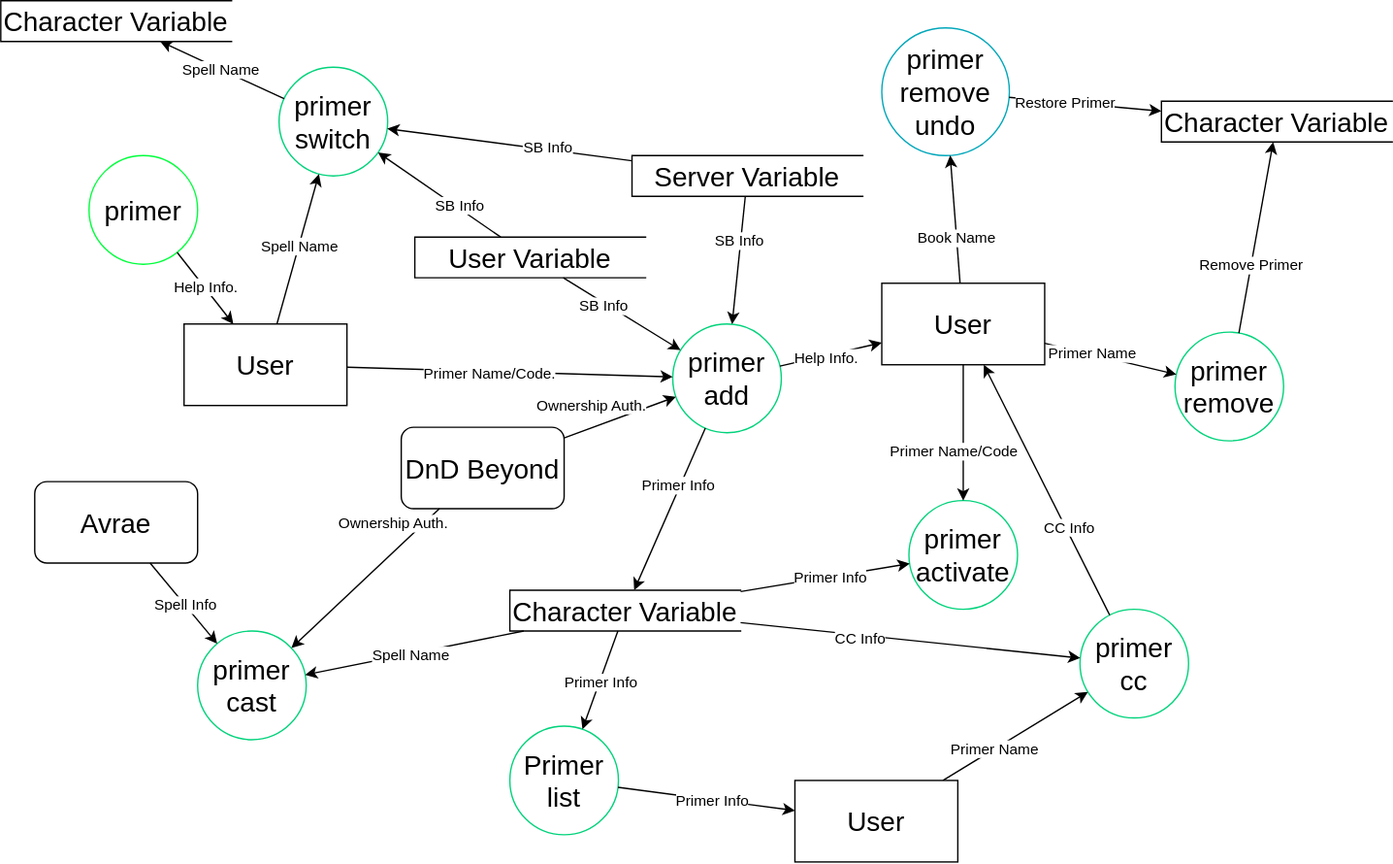
Earlier version of the draw.io export Design/primer_DFD.svg (SethHartman13/Magic-Book-Library). Source tidied: cells renumbered, new cells last; positions are measured from the earlier drawing's top-left corner, leaving out a move shared by most shapes.
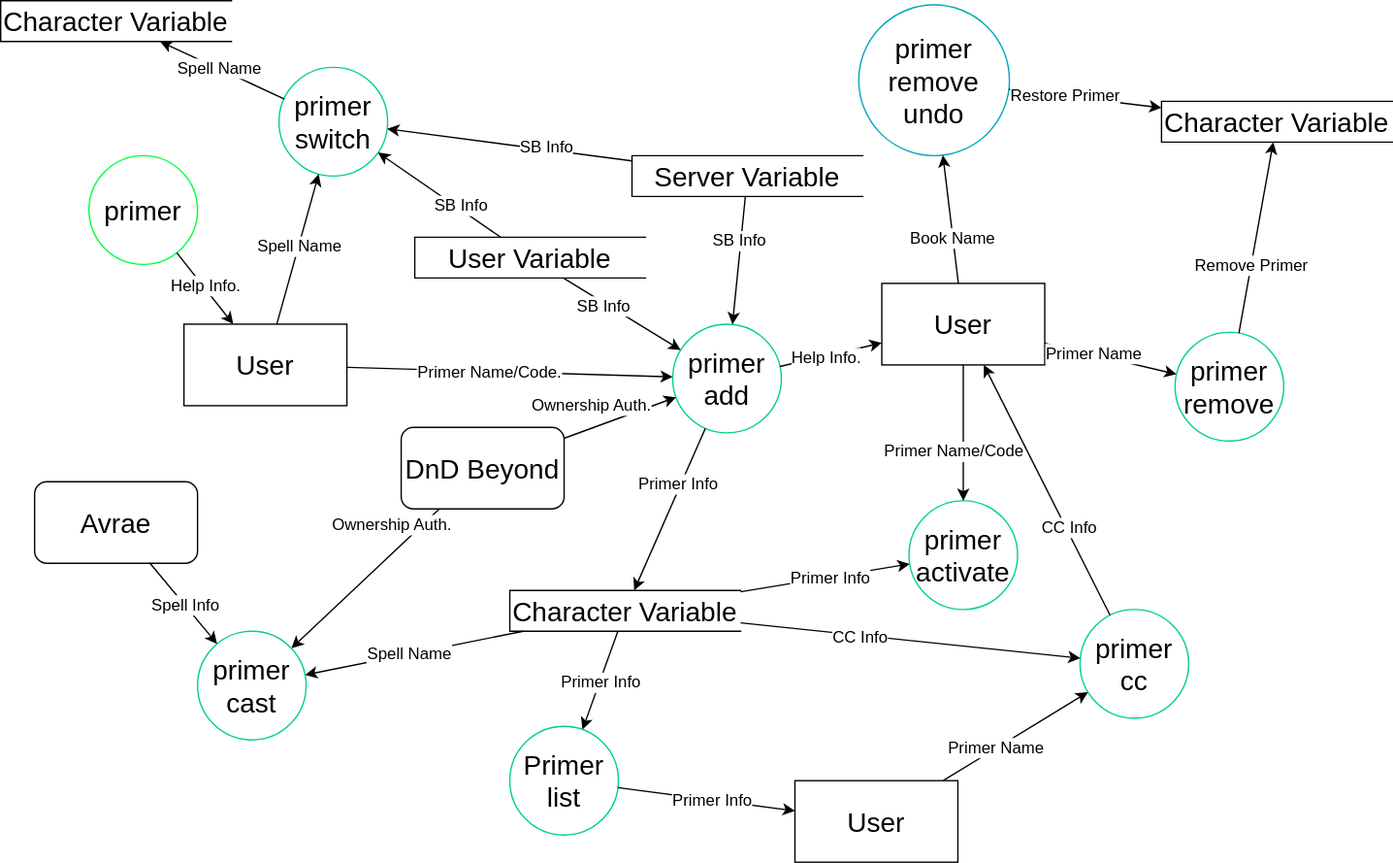
After the commit.

The edit, as a diff of the source:
```diff
@@ -17,7 +17,7 @@
     <mxCell id="6" style="endArrow=classic;html=1;rounded=0;noEdgeStyle=1;" parent="1" edge="1" source="5" target="54">
       <mxGeometry relative="1" as="geometry" />
     </mxCell>
-    <mxCell id="7" value="Help Info." style="edgeLabel;html=1;align=center;verticalAlign=middle;" parent="6" vertex="1">
+    <mxCell id="7" value="Help Info." style="edgeLabel;html=1;align=center;verticalAlign=middle;fontSize=12;" parent="6" vertex="1">
       <mxGeometry x="-0.05" y="1" relative="1" as="geometry" />
     </mxCell>
     <mxCell id="8" value="&lt;font style=&quot;font-size: 20px;&quot;&gt;primer add&lt;/font&gt;" style="ellipse;whiteSpace=wrap;html=1;strokeColor=#00D37B;" parent="1" vertex="1">
@@ -26,13 +26,13 @@
     <mxCell id="9" style="endArrow=classic;html=1;rounded=0;noEdgeStyle=1;" parent="1" edge="1" source="8" target="2">
       <mxGeometry relative="1" as="geometry" />
     </mxCell>
-    <mxCell id="10" value="Help Info." style="edgeLabel;html=1;align=center;verticalAlign=middle;" parent="9" vertex="1">
+    <mxCell id="10" value="Help Info." style="edgeLabel;html=1;align=center;verticalAlign=middle;fontSize=12;" parent="9" vertex="1">
       <mxGeometry x="-0.12" y="-1" relative="1" as="geometry" />
     </mxCell>
     <mxCell id="11" style="endArrow=classic;html=1;rounded=0;noEdgeStyle=1;" parent="1" edge="1" source="8" target="13">
       <mxGeometry relative="1" as="geometry" />
     </mxCell>
-    <mxCell id="12" value="Primer Info" style="edgeLabel;html=1;align=center;verticalAlign=middle;" parent="11" vertex="1">
+    <mxCell id="12" value="Primer Info" style="edgeLabel;html=1;align=center;verticalAlign=middle;fontSize=12;" parent="11" vertex="1">
       <mxGeometry x="-0.3" y="-2" relative="1" as="geometry" />
     </mxCell>
     <mxCell id="13" value="&lt;font style=&quot;font-size: 20px;&quot;&gt;Character Variable&lt;/font&gt;" style="html=1;dashed=0;whiteSpace=wrap;shape=partialRectangle;right=0;" parent="1" vertex="1">
@@ -41,7 +41,7 @@
     <mxCell id="14" style="endArrow=classic;html=1;rounded=0;noEdgeStyle=1;" parent="1" edge="1" source="4" target="8">
       <mxGeometry relative="1" as="geometry" />
     </mxCell>
-    <mxCell id="15" value="Ownership Auth." style="edgeLabel;html=1;align=center;verticalAlign=middle;" parent="14" vertex="1">
+    <mxCell id="15" value="Ownership Auth." style="edgeLabel;html=1;align=center;verticalAlign=middle;fontSize=12;" parent="14" vertex="1">
       <mxGeometry x="-0.44" y="-1" relative="1" as="geometry">
         <mxPoint x="-4" y="-17" as="offset" />
       </mxGeometry>
@@ -52,13 +52,13 @@
     <mxCell id="17" style="endArrow=classic;html=1;rounded=0;noEdgeStyle=1;" parent="1" edge="1" source="13" target="16">
       <mxGeometry relative="1" as="geometry" />
     </mxCell>
-    <mxCell id="18" value="Primer Info" style="edgeLabel;html=1;align=center;verticalAlign=middle;" parent="17" vertex="1">
+    <mxCell id="18" value="Primer Info" style="edgeLabel;html=1;align=center;verticalAlign=middle;fontSize=12;" parent="17" vertex="1">
       <mxGeometry x="0.05" relative="1" as="geometry" />
     </mxCell>
     <mxCell id="19" style="endArrow=classic;html=1;rounded=0;edgeStyle=orthogonalEdgeStyle;noEdgeStyle=1;orthogonal=1;" parent="1" edge="1" source="2" target="16">
       <mxGeometry relative="1" as="geometry" />
     </mxCell>
-    <mxCell id="20" value="Primer Name/Code" style="edgeLabel;html=1;align=center;verticalAlign=middle;" parent="19" vertex="1">
+    <mxCell id="20" value="Primer Name/Code" style="edgeLabel;html=1;align=center;verticalAlign=middle;fontSize=12;" parent="19" vertex="1">
       <mxGeometry x="0.37" relative="1" as="geometry">
         <mxPoint x="-8" y="-6" as="offset" />
       </mxGeometry>
@@ -69,19 +69,19 @@
     <mxCell id="22" style="endArrow=classic;html=1;rounded=0;noEdgeStyle=1;" parent="1" edge="1" source="13" target="21">
       <mxGeometry relative="1" as="geometry" />
     </mxCell>
-    <mxCell id="23" value="Spell Name" style="edgeLabel;html=1;align=center;verticalAlign=middle;" parent="22" vertex="1">
+    <mxCell id="23" value="Spell Name" style="edgeLabel;html=1;align=center;verticalAlign=middle;fontSize=12;" parent="22" vertex="1">
       <mxGeometry x="0.05" relative="1" as="geometry" />
     </mxCell>
     <mxCell id="24" style="endArrow=classic;html=1;rounded=0;noEdgeStyle=1;" parent="1" edge="1" source="3" target="21">
       <mxGeometry relative="1" as="geometry" />
     </mxCell>
-    <mxCell id="25" value="Spell Info" style="edgeLabel;html=1;align=center;verticalAlign=middle;" parent="24" vertex="1">
+    <mxCell id="25" value="Spell Info" style="edgeLabel;html=1;align=center;verticalAlign=middle;fontSize=12;" parent="24" vertex="1">
       <mxGeometry x="0.05" relative="1" as="geometry" />
     </mxCell>
     <mxCell id="26" style="endArrow=classic;html=1;rounded=0;noEdgeStyle=1;" parent="1" edge="1" source="4" target="21">
       <mxGeometry relative="1" as="geometry" />
     </mxCell>
-    <mxCell id="27" value="Ownership Auth." style="edgeLabel;html=1;align=center;verticalAlign=middle;" parent="26" vertex="1">
+    <mxCell id="27" value="Ownership Auth." style="edgeLabel;html=1;align=center;verticalAlign=middle;fontSize=12;" parent="26" vertex="1">
       <mxGeometry x="-0.44" y="-1" relative="1" as="geometry">
         <mxPoint x="-4" y="-17" as="offset" />
       </mxGeometry>
@@ -92,34 +92,34 @@
     <mxCell id="29" style="endArrow=classic;html=1;rounded=0;noEdgeStyle=1;" parent="1" edge="1" source="2" target="28">
       <mxGeometry relative="1" as="geometry" />
     </mxCell>
-    <mxCell id="30" value="Primer Name" style="edgeLabel;html=1;align=center;verticalAlign=middle;" parent="29" vertex="1">
+    <mxCell id="30" value="Primer Name" style="edgeLabel;html=1;align=center;verticalAlign=middle;fontSize=12;" parent="29" vertex="1">
       <mxGeometry x="-0.28" y="1" relative="1" as="geometry" />
     </mxCell>
     <mxCell id="31" style="endArrow=classic;html=1;rounded=0;noEdgeStyle=1;" parent="1" edge="1" source="54" target="8">
       <mxGeometry relative="1" as="geometry" />
     </mxCell>
-    <mxCell id="32" value="Primer Name/Code." style="edgeLabel;html=1;align=center;verticalAlign=middle;" parent="31" vertex="1">
+    <mxCell id="32" value="Primer Name/Code." style="edgeLabel;html=1;align=center;verticalAlign=middle;fontSize=12;" parent="31" vertex="1">
       <mxGeometry x="-0.12" y="-1" relative="1" as="geometry" />
     </mxCell>
     <mxCell id="33" style="endArrow=classic;html=1;rounded=0;noEdgeStyle=1;" parent="1" edge="1" source="28" target="53">
       <mxGeometry relative="1" as="geometry" />
     </mxCell>
-    <mxCell id="34" value="Remove Primer" style="edgeLabel;html=1;align=center;verticalAlign=middle;" parent="33" vertex="1">
+    <mxCell id="34" value="Remove Primer" style="edgeLabel;html=1;align=center;verticalAlign=middle;fontSize=12;" parent="33" vertex="1">
       <mxGeometry x="-0.28" y="1" relative="1" as="geometry" />
     </mxCell>
     <mxCell id="35" value="&lt;font style=&quot;font-size: 20px;&quot;&gt;primer remove&lt;br&gt;undo&lt;br&gt;&lt;/font&gt;" style="ellipse;whiteSpace=wrap;html=1;strokeColor=#00A7BA;" parent="1" vertex="1">
-      <mxGeometry x="649" y="20" width="94" height="94" as="geometry" />
+      <mxGeometry x="632" y="3" width="111" height="111" as="geometry" />
     </mxCell>
     <mxCell id="36" style="endArrow=classic;html=1;rounded=0;noEdgeStyle=1;" parent="1" edge="1" source="35" target="53">
       <mxGeometry relative="1" as="geometry" />
     </mxCell>
-    <mxCell id="37" value="Restore Primer" style="edgeLabel;html=1;align=center;verticalAlign=middle;" parent="36" vertex="1">
+    <mxCell id="37" value="Restore Primer" style="edgeLabel;html=1;align=center;verticalAlign=middle;fontSize=12;" parent="36" vertex="1">
       <mxGeometry x="-0.28" y="1" relative="1" as="geometry" />
     </mxCell>
     <mxCell id="38" style="endArrow=classic;html=1;rounded=0;noEdgeStyle=1;" parent="1" edge="1" source="2" target="35">
       <mxGeometry relative="1" as="geometry" />
     </mxCell>
-    <mxCell id="39" value="Book&amp;nbsp;Name" style="edgeLabel;html=1;align=center;verticalAlign=middle;" parent="38" vertex="1">
+    <mxCell id="39" value="Book&amp;nbsp;Name" style="edgeLabel;html=1;align=center;verticalAlign=middle;fontSize=12;" parent="38" vertex="1">
       <mxGeometry x="-0.28" y="1" relative="1" as="geometry" />
     </mxCell>
     <mxCell id="40" value="&lt;font style=&quot;font-size: 20px;&quot;&gt;primer cc&lt;/font&gt;" style="ellipse;whiteSpace=wrap;html=1;strokeColor=#00D37B;" parent="1" vertex="1">
@@ -128,19 +128,19 @@
     <mxCell id="41" style="endArrow=classic;html=1;rounded=0;noEdgeStyle=1;" parent="1" edge="1" source="40" target="2">
       <mxGeometry relative="1" as="geometry" />
     </mxCell>
-    <mxCell id="42" value="CC Info" style="edgeLabel;html=1;align=center;verticalAlign=middle;" parent="41" vertex="1">
+    <mxCell id="42" value="CC Info" style="edgeLabel;html=1;align=center;verticalAlign=middle;fontSize=12;" parent="41" vertex="1">
       <mxGeometry x="-0.3" y="-2" relative="1" as="geometry" />
     </mxCell>
     <mxCell id="43" style="endArrow=classic;html=1;rounded=0;noEdgeStyle=1;" parent="1" edge="1" source="13" target="40">
       <mxGeometry relative="1" as="geometry" />
     </mxCell>
-    <mxCell id="44" value="CC Info" style="edgeLabel;html=1;align=center;verticalAlign=middle;" parent="43" vertex="1">
+    <mxCell id="44" value="CC Info" style="edgeLabel;html=1;align=center;verticalAlign=middle;fontSize=12;" parent="43" vertex="1">
       <mxGeometry x="-0.3" y="-2" relative="1" as="geometry" />
     </mxCell>
     <mxCell id="45" style="endArrow=classic;html=1;rounded=0;noEdgeStyle=1;" parent="1" edge="1" source="52" target="40">
       <mxGeometry relative="1" as="geometry" />
     </mxCell>
-    <mxCell id="46" value="Primer Name" style="edgeLabel;html=1;align=center;verticalAlign=middle;" parent="45" vertex="1">
+    <mxCell id="46" value="Primer Name" style="edgeLabel;html=1;align=center;verticalAlign=middle;fontSize=12;" parent="45" vertex="1">
       <mxGeometry x="-0.28" y="1" relative="1" as="geometry" />
     </mxCell>
     <mxCell id="47" value="&lt;font style=&quot;font-size: 20px;&quot;&gt;Primer list&lt;/font&gt;" style="ellipse;whiteSpace=wrap;html=1;strokeColor=#00D37B;" parent="1" vertex="1">
@@ -149,13 +149,13 @@
     <mxCell id="48" style="endArrow=classic;html=1;rounded=0;noEdgeStyle=1;" parent="1" edge="1" source="13" target="47">
       <mxGeometry relative="1" as="geometry" />
     </mxCell>
-    <mxCell id="49" value="Primer Info" style="edgeLabel;html=1;align=center;verticalAlign=middle;" parent="48" vertex="1">
+    <mxCell id="49" value="Primer Info" style="edgeLabel;html=1;align=center;verticalAlign=middle;fontSize=12;" parent="48" vertex="1">
       <mxGeometry x="0.05" relative="1" as="geometry" />
     </mxCell>
     <mxCell id="50" style="endArrow=classic;html=1;rounded=0;noEdgeStyle=1;" parent="1" edge="1" source="47" target="52">
       <mxGeometry relative="1" as="geometry" />
     </mxCell>
-    <mxCell id="51" value="Primer Info" style="edgeLabel;html=1;align=center;verticalAlign=middle;" parent="50" vertex="1">
+    <mxCell id="51" value="Primer Info" style="edgeLabel;html=1;align=center;verticalAlign=middle;fontSize=12;" parent="50" vertex="1">
       <mxGeometry x="0.05" relative="1" as="geometry" />
     </mxCell>
     <mxCell id="52" value="&lt;font style=&quot;font-size: 20px;&quot;&gt;User&lt;/font&gt;" style="rounded=0;whiteSpace=wrap;html=1;" parent="1" vertex="1">
@@ -176,13 +176,13 @@
     <mxCell id="57" style="endArrow=classic;html=1;rounded=0;noEdgeStyle=1;" parent="1" edge="1" source="56" target="8">
       <mxGeometry relative="1" as="geometry" />
     </mxCell>
-    <mxCell id="58" value="SB Info" style="edgeLabel;html=1;align=center;verticalAlign=middle;" parent="57" vertex="1">
+    <mxCell id="58" value="SB Info" style="edgeLabel;html=1;align=center;verticalAlign=middle;fontSize=12;" parent="57" vertex="1">
       <mxGeometry x="-0.3" y="-2" relative="1" as="geometry" />
     </mxCell>
     <mxCell id="59" style="endArrow=classic;html=1;rounded=0;noEdgeStyle=1;" parent="1" edge="1" source="55" target="8">
       <mxGeometry relative="1" as="geometry" />
     </mxCell>
-    <mxCell id="60" value="SB Info" style="edgeLabel;html=1;align=center;verticalAlign=middle;" parent="59" vertex="1">
+    <mxCell id="60" value="SB Info" style="edgeLabel;html=1;align=center;verticalAlign=middle;fontSize=12;" parent="59" vertex="1">
       <mxGeometry x="-0.3" y="-2" relative="1" as="geometry" />
     </mxCell>
     <mxCell id="61" value="&lt;font style=&quot;font-size: 20px;&quot;&gt;primer switch&lt;/font&gt;" style="ellipse;whiteSpace=wrap;html=1;strokeColor=#00D37B;" parent="1" vertex="1">
@@ -191,19 +191,19 @@
     <mxCell id="62" style="endArrow=classic;html=1;rounded=0;noEdgeStyle=1;" parent="1" edge="1" source="54" target="61">
       <mxGeometry relative="1" as="geometry" />
     </mxCell>
-    <mxCell id="63" value="Spell Name" style="edgeLabel;html=1;align=center;verticalAlign=middle;" parent="62" vertex="1">
+    <mxCell id="63" value="Spell Name" style="edgeLabel;html=1;align=center;verticalAlign=middle;fontSize=12;" parent="62" vertex="1">
       <mxGeometry x="0.05" relative="1" as="geometry" />
     </mxCell>
     <mxCell id="64" style="endArrow=classic;html=1;rounded=0;noEdgeStyle=1;" parent="1" edge="1" source="55" target="61">
       <mxGeometry relative="1" as="geometry" />
     </mxCell>
-    <mxCell id="65" value="SB Info" style="edgeLabel;html=1;align=center;verticalAlign=middle;" parent="64" vertex="1">
+    <mxCell id="65" value="SB Info" style="edgeLabel;html=1;align=center;verticalAlign=middle;fontSize=12;" parent="64" vertex="1">
       <mxGeometry x="-0.3" y="-2" relative="1" as="geometry" />
     </mxCell>
     <mxCell id="66" style="endArrow=classic;html=1;rounded=0;noEdgeStyle=1;" parent="1" edge="1" source="56" target="61">
       <mxGeometry relative="1" as="geometry" />
     </mxCell>
-    <mxCell id="67" value="SB Info" style="edgeLabel;html=1;align=center;verticalAlign=middle;" parent="66" vertex="1">
+    <mxCell id="67" value="SB Info" style="edgeLabel;html=1;align=center;verticalAlign=middle;fontSize=12;" parent="66" vertex="1">
       <mxGeometry x="-0.3" y="-2" relative="1" as="geometry" />
     </mxCell>
     <mxCell id="68" value="&lt;font style=&quot;font-size: 20px;&quot;&gt;Character Variable&lt;/font&gt;" style="html=1;dashed=0;whiteSpace=wrap;shape=partialRectangle;right=0;" parent="1" vertex="1">
@@ -212,7 +212,7 @@
     <mxCell id="69" style="endArrow=classic;html=1;rounded=0;noEdgeStyle=1;" parent="1" edge="1" source="61" target="68">
       <mxGeometry relative="1" as="geometry" />
     </mxCell>
-    <mxCell id="70" value="Spell Name" style="edgeLabel;html=1;align=center;verticalAlign=middle;" parent="69" vertex="1">
+    <mxCell id="70" value="Spell Name" style="edgeLabel;html=1;align=center;verticalAlign=middle;fontSize=12;" parent="69" vertex="1">
       <mxGeometry x="0.05" relative="1" as="geometry" />
     </mxCell>
   </root>
```
